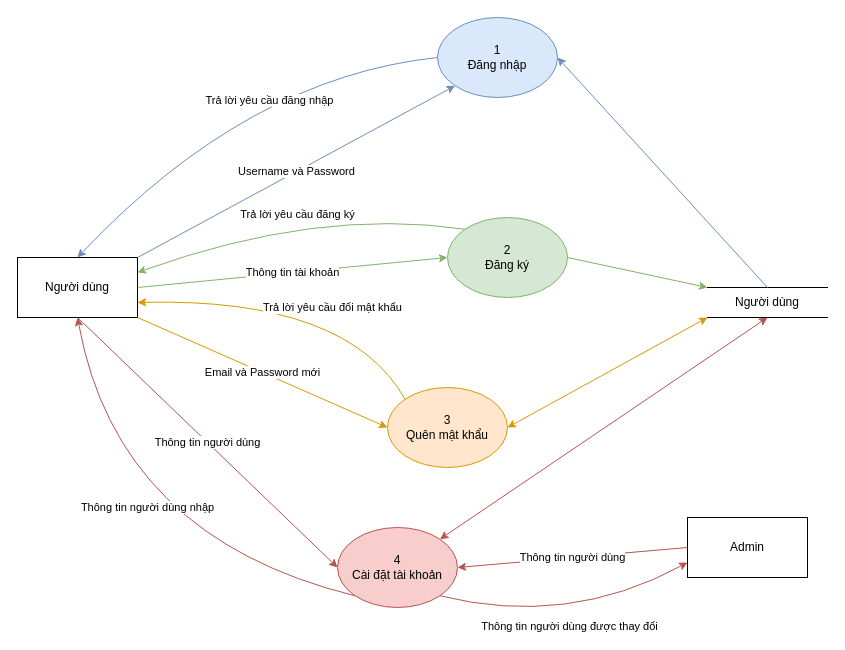
This is page "DFD- Mức 1 - Hệ Quản lý tài khoản" (7 of 9) of iotentities.drawio from khanhdew/SmartHome, a draw.io file, before an edit. Source tidied: cells renumbered, new cells numbered last; positions are measured from the earlier drawing's top-left corner, leaving out a move shared by most shapes. Both pictures are drawn from the tidied source at 100%, with x=0, y=0 at pixel (17, 17).
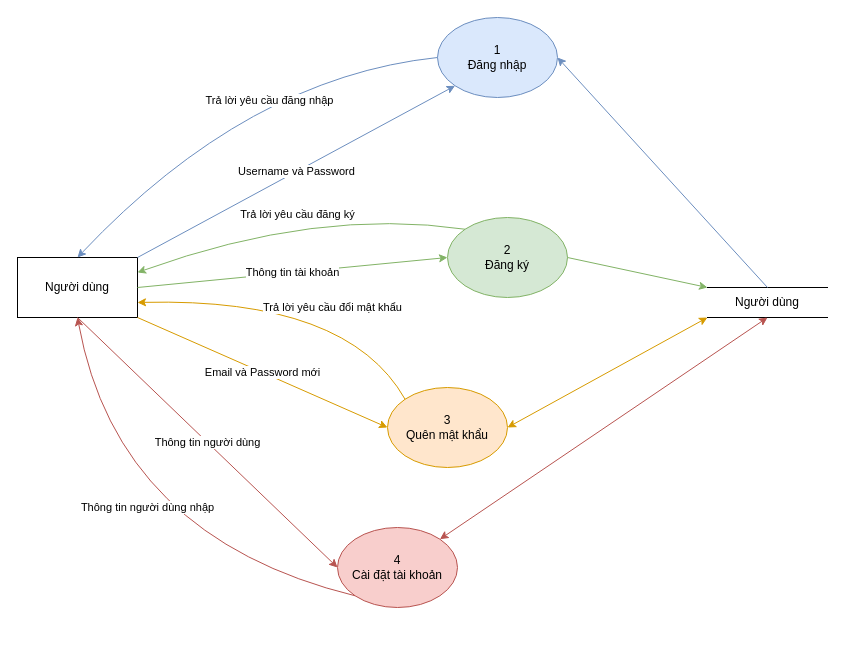
The same page after the edit.

The change refers to these unchanged cells:
```xml
<mxCell id="11" value="4&lt;br&gt;&lt;div&gt;Cài đặt tài khoản&lt;/div&gt;" style="ellipse;whiteSpace=wrap;html=1;fillColor=#f8cecc;strokeColor=#b85450;" parent="1" vertex="1">
  <mxGeometry x="320" y="510" width="120" height="80" as="geometry" />
</mxCell>
```

Change to the diagram source:
```diff
@@
-    <mxCell id="12" value="Admin" style="rounded=0;whiteSpace=wrap;html=1;" parent="1" vertex="1">
-      <mxGeometry x="670" y="500" width="120" height="60" as="geometry" />
-    </mxCell>
@@
-    <mxCell id="14" value="Thông tin người dùng" style="endArrow=classic;html=1;rounded=0;exitX=0;exitY=0.5;exitDx=0;exitDy=0;entryX=1;entryY=0.5;entryDx=0;entryDy=0;fillColor=#f8cecc;strokeColor=#b85450;" parent="1" edge="1" source="12" target="11">
-      <mxGeometry relative="1" as="geometry" />
-    </mxCell>
@@
-    <mxCell id="18" value="Thông tin người dùng được thay đổi" style="curved=1;endArrow=classic;html=1;rounded=0;entryX=0;entryY=0.75;entryDx=0;entryDy=0;exitX=1;exitY=1;exitDx=0;exitDy=0;fillColor=#f8cecc;strokeColor=#b85450;" parent="1" edge="1" source="11" target="12">
-      <mxGeometry relative="1" as="geometry">
-        <Array as="points">
-          <mxPoint x="550" y="610" />
-        </Array>
-      </mxGeometry>
-    </mxCell>
```
